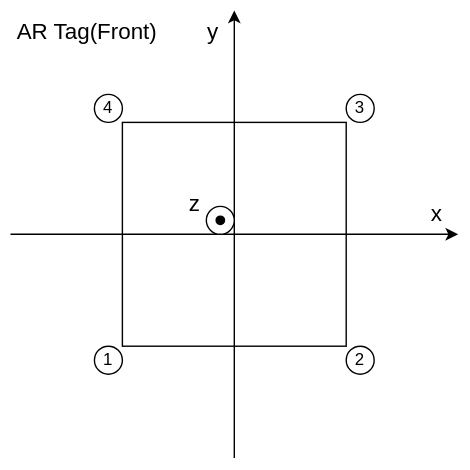
autowarefoundation/autoware.universe keeps this draw.io diagram as localization/landmark_based_localizer/doc_image/lanelet2_data_structure.drawio.svg. Above is the earlier version. Source tidied: cells renumbered, new cells last; positions are measured from the earlier drawing's top-left corner, leaving out a move shared by most shapes. Its diagram source:
```xml
<mxGraphModel>
  <root>
    <mxCell id="0" />
    <mxCell id="1" parent="0" />
    <mxCell id="2" style="rounded=0;whiteSpace=wrap;html=1;" parent="1" vertex="1">
      <mxGeometry x="80" y="80" width="160" height="160" as="geometry" />
    </mxCell>
    <mxCell id="3" value="1" style="ellipse;whiteSpace=wrap;html=1;" parent="1" vertex="1">
      <mxGeometry x="60" y="240" width="20" height="20" as="geometry" />
    </mxCell>
    <mxCell id="4" value="2" style="ellipse;whiteSpace=wrap;html=1;" parent="1" vertex="1">
      <mxGeometry x="240" y="240" width="20" height="20" as="geometry" />
    </mxCell>
    <mxCell id="5" value="3" style="ellipse;whiteSpace=wrap;html=1;" parent="1" vertex="1">
      <mxGeometry x="240" y="60" width="20" height="20" as="geometry" />
    </mxCell>
    <mxCell id="6" value="4" style="ellipse;whiteSpace=wrap;html=1;" parent="1" vertex="1">
      <mxGeometry x="60" y="60" width="20" height="20" as="geometry" />
    </mxCell>
    <mxCell id="7" style="endArrow=classic;html=1;" parent="1" edge="1">
      <mxGeometry relative="1" as="geometry">
        <mxPoint y="160" as="sourcePoint" />
        <mxPoint x="320" y="160" as="targetPoint" />
      </mxGeometry>
    </mxCell>
    <mxCell id="8" value="x" style="text;html=1;strokeColor=none;fillColor=none;align=center;verticalAlign=middle;whiteSpace=wrap;rounded=0;fontSize=16;" parent="1" vertex="1">
      <mxGeometry x="290" y="130" width="30" height="30" as="geometry" />
    </mxCell>
    <mxCell id="9" value="y" style="text;html=1;strokeColor=none;fillColor=none;align=center;verticalAlign=middle;whiteSpace=wrap;rounded=0;fontSize=16;" parent="1" vertex="1">
      <mxGeometry x="130" width="30" height="30" as="geometry" />
    </mxCell>
    <mxCell id="10" style="endArrow=classic;html=1;" parent="1" edge="1">
      <mxGeometry relative="1" as="geometry">
        <mxPoint x="160" y="320" as="sourcePoint" />
        <mxPoint x="160" as="targetPoint" />
      </mxGeometry>
    </mxCell>
    <mxCell id="11" style="ellipse;whiteSpace=wrap;html=1;" parent="1" vertex="1">
      <mxGeometry x="140" y="140" width="20" height="20" as="geometry" />
    </mxCell>
    <mxCell id="12" style="ellipse;whiteSpace=wrap;html=1;fillColor=#000000;" parent="1" vertex="1">
      <mxGeometry x="147" y="147" width="6" height="6" as="geometry" />
    </mxCell>
    <mxCell id="13" value="z" style="text;html=1;strokeColor=none;fillColor=none;align=center;verticalAlign=middle;whiteSpace=wrap;rounded=0;fontSize=16;" parent="1" vertex="1">
      <mxGeometry x="117" y="123" width="30" height="30" as="geometry" />
    </mxCell>
    <mxCell id="14" value="AR Tag(Front)" style="text;html=1;strokeColor=none;fillColor=none;align=center;verticalAlign=middle;whiteSpace=wrap;rounded=0;fontSize=16;" parent="1" vertex="1">
      <mxGeometry width="110" height="30" as="geometry" />
    </mxCell>
  </root>
</mxGraphModel>
```
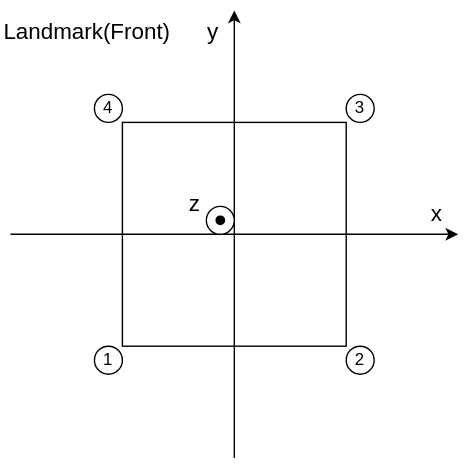
After the commit.

Diff of the diagram source:
```diff
@@ -44,7 +44,7 @@
     <mxCell id="13" value="z" style="text;html=1;strokeColor=none;fillColor=none;align=center;verticalAlign=middle;whiteSpace=wrap;rounded=0;fontSize=16;" parent="1" vertex="1">
       <mxGeometry x="117" y="123" width="30" height="30" as="geometry" />
     </mxCell>
-    <mxCell id="14" value="AR Tag(Front)" style="text;html=1;strokeColor=none;fillColor=none;align=center;verticalAlign=middle;whiteSpace=wrap;rounded=0;fontSize=16;" parent="1" vertex="1">
+    <mxCell id="14" value="Landmark(Front)" style="text;html=1;strokeColor=none;fillColor=none;align=center;verticalAlign=middle;whiteSpace=wrap;rounded=0;fontSize=16;" parent="1" vertex="1">
       <mxGeometry width="110" height="30" as="geometry" />
     </mxCell>
   </root>
```
